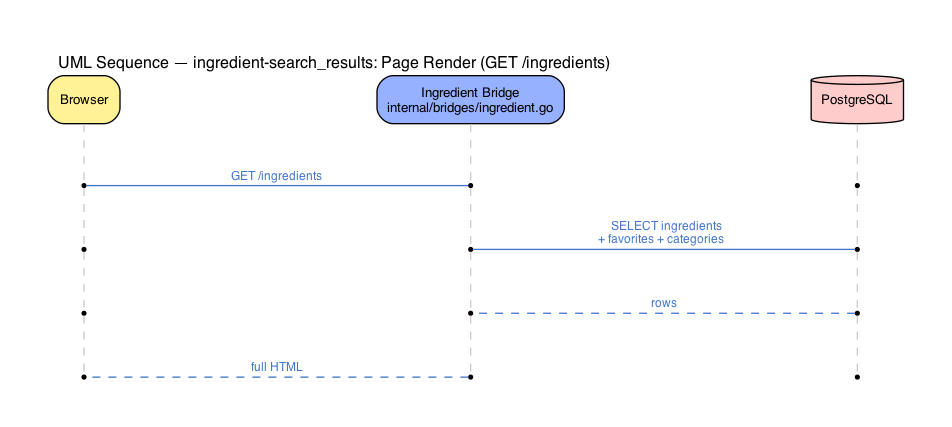
This is docs/flow_ingredient_render.png from CFF4HA/Dashboard, a Graphviz export, as it was before one commit. Its source is kept beside it as docs/flow_ingredient_render.dot. Its diagram source:
```dot
digraph flow_ingredient_render {
  rankdir=TB
  graph [
    label="UML Sequence — ingredient-search_results: Page Render (GET /ingredients)",
    labelloc=t, labeljust=l,
    fontname="Helvetica", fontsize=12,
    nodesep=2.0, ranksep=0.6,
    splines=polyline, pad=0.5
  ]
  node [fontname="Helvetica", fontsize=10, height=0.5]
  edge [fontname="Helvetica", fontsize=9, arrowsize=0.75]

  { rank=min
    Browser   [label="Browser",                                    shape=rect,     style="filled,rounded", fillcolor="#fff196"]
    IngBridge [label="Ingredient Bridge\ninternal/bridges/ingredient.go", shape=rect, style="filled,rounded", fillcolor="#96b1ff"]
    DB        [label="PostgreSQL",                                  shape=cylinder, style=filled,           fillcolor="#ffcccc"]
  }

  node [shape=point, width=0.04, height=0.04, label=""]

  edge [style=dashed, arrowhead=none, color="#cccccc", weight=20]
  Browser   -> b0 -> b1 -> b2 -> b3
  IngBridge -> i0 -> i1 -> i2 -> i3
  DB        -> d0 -> d1 -> d2 -> d3

  { rank=same; b0; i0; d0 }
  { rank=same; b1; i1; d1 }
  { rank=same; b2; i2; d2 }
  { rank=same; b3; i3; d3 }

  edge [constraint=false, fontsize=9]
  b0 -> i0 [label="  GET /ingredients  ",                               style=solid,  color="#4477CC", fontcolor="#4477CC"]
  i1 -> d1 [label="  SELECT ingredients\n+ favorites + categories  ",  style=solid,  color="#4477CC", fontcolor="#4477CC"]
  d2 -> i2 [label="  rows  ",                                            style=dashed, color="#4477CC", fontcolor="#4477CC"]
  i3 -> b3 [label="  full HTML  ",                                       style=dashed, color="#4477CC", fontcolor="#4477CC"]
}
```
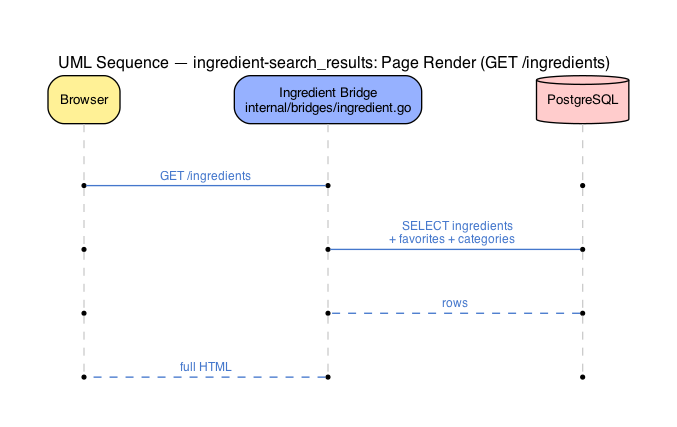
After the change.

Diff of the diagram source:
```diff
@@ -4,8 +4,8 @@
     label="UML Sequence — ingredient-search_results: Page Render (GET /ingredients)",
     labelloc=t, labeljust=l,
     fontname="Helvetica", fontsize=12,
-    nodesep=2.0, ranksep=0.6,
-    splines=polyline, pad=0.5
+    nodesep=1.2, ranksep=0.6,
+    splines=line, pad=0.5
   ]
   node [fontname="Helvetica", fontsize=10, height=0.5]
   edge [fontname="Helvetica", fontsize=9, arrowsize=0.75]
@@ -29,8 +29,8 @@
   { rank=same; b3; i3; d3 }
 
   edge [constraint=false, fontsize=9]
-  b0 -> i0 [label="  GET /ingredients  ",                               style=solid,  color="#4477CC", fontcolor="#4477CC"]
-  i1 -> d1 [label="  SELECT ingredients\n+ favorites + categories  ",  style=solid,  color="#4477CC", fontcolor="#4477CC"]
-  d2 -> i2 [label="  rows  ",                                            style=dashed, color="#4477CC", fontcolor="#4477CC"]
-  i3 -> b3 [label="  full HTML  ",                                       style=dashed, color="#4477CC", fontcolor="#4477CC"]
+  b0 -> i0 [label="  GET /ingredients  \n",                               style=solid,  color="#4477CC", fontcolor="#4477CC"]
+  i1 -> d1 [label="  SELECT ingredients\n+ favorites + categories  \n",  style=solid,  color="#4477CC", fontcolor="#4477CC"]
+  d2 -> i2 [label="  rows  \n",                                            style=dashed, color="#4477CC", fontcolor="#4477CC"]
+  i3 -> b3 [label="  full HTML  \n",                                       style=dashed, color="#4477CC", fontcolor="#4477CC"]
 }
```
